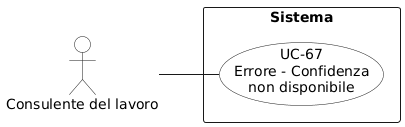
Earlier version of the PlantUML export RTB/Analisi dei Requisiti/diagrammi_use_case/UC-67.png (aLittleByte-19/Documentazione). Source of this version:
```plantuml
@startuml
left to right direction
skinparam packageStyle rectangle
skinparam usecaseBackgroundColor White
skinparam actorBackgroundColor White

actor "Consulente del lavoro" as consulente

rectangle "Sistema" {
  usecase "UC-67\nErrore - Confidenza\nnon disponibile" as uc67
}

consulente -- uc67
@enduml
```
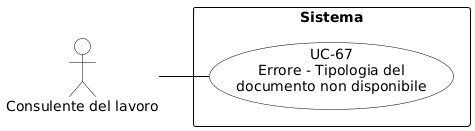
The same diagram one commit later.

The edit, as a diff of the source:
```diff
@@ -1,14 +1,29 @@
 @startuml
+skinparam shadowing false
+skinparam defaultFontName Arial
 left to right direction
-skinparam packageStyle rectangle
-skinparam usecaseBackgroundColor White
-skinparam actorBackgroundColor White
+skinparam nodesep 15
+skinparam ranksep 50
 
-actor "Consulente del lavoro" as consulente
+skinparam usecase {
+    BackgroundColor white
+    BorderColor black
+    ArrowColor black
+}
+skinparam actor {
+    BackgroundColor white
+    BorderColor black
+}
+skinparam rectangle {
+    BorderColor black
+    FontStyle bold
+}
+
+actor "Consulente del lavoro" as cdl
 
 rectangle "Sistema" {
-  usecase "UC-67\nErrore - Confidenza\nnon disponibile" as uc67
+    usecase "UC-67\nErrore - Tipologia del\ndocumento non disponibile" as UC67
 }
 
-consulente -- uc67
-@enduml
+cdl -- UC67
+@endl
```
